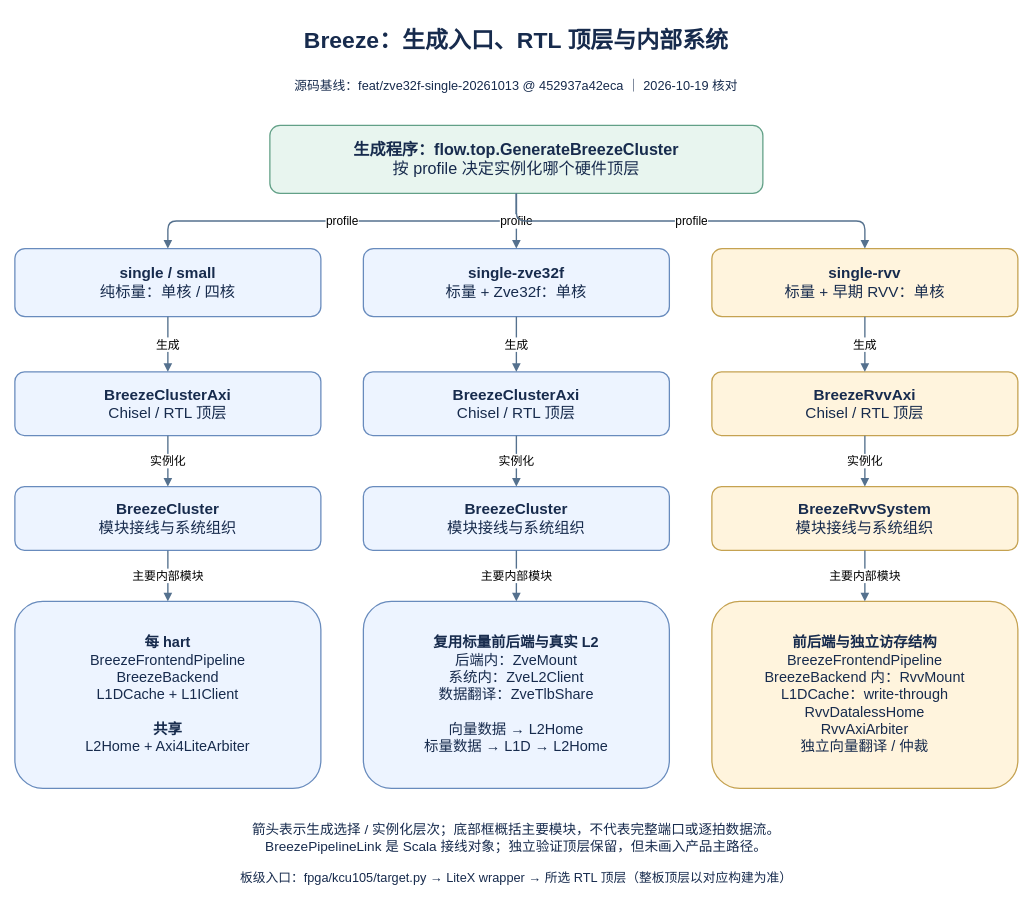
Above: docs/figures/breeze-entrypoints/breeze-entrypoints.drawio in RanxiChen/flow (draw.io), before the change. Source tidied: cells renumbered, new cells numbered last; positions are measured from the earlier drawing's top-left corner, leaving out a move shared by most shapes. Both pictures are drawn from the tidied source at 85%, with x=0, y=0 at pixel (14, 14).
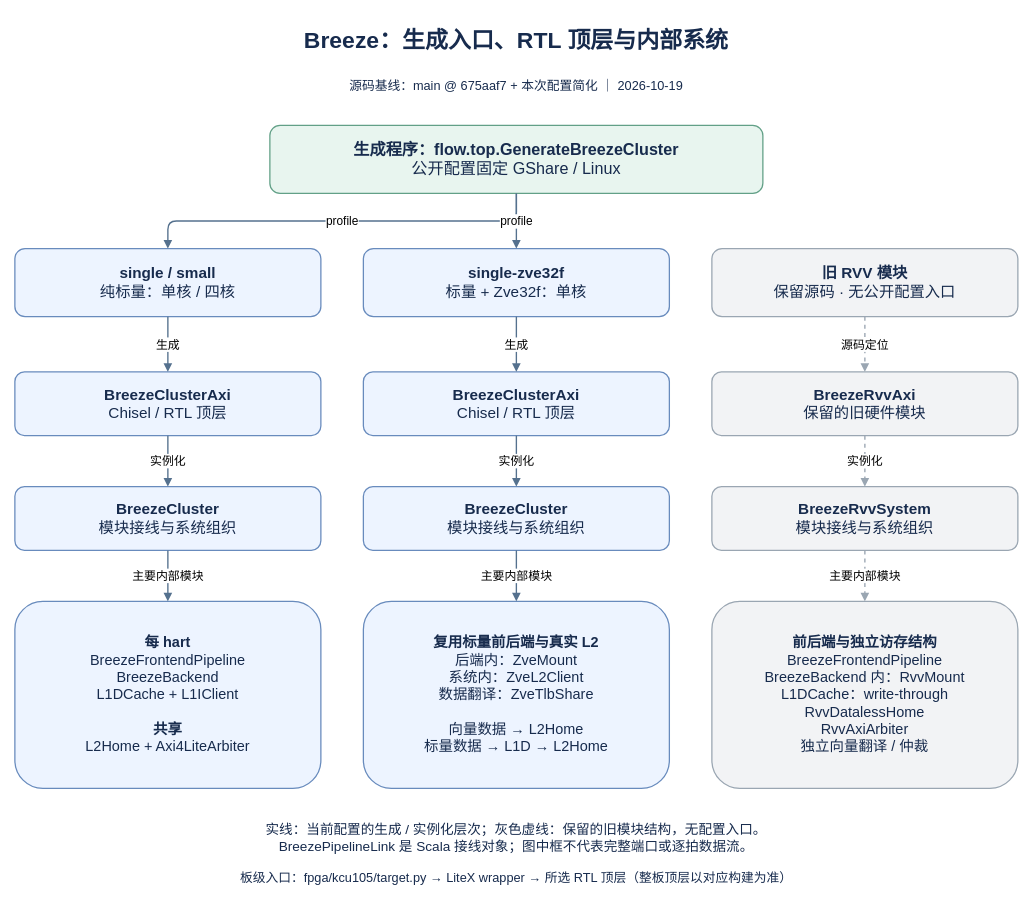
Above is the later version.

Diff of the diagram source:
```diff
@@
-    <mxCell id="3" value="源码基线：feat/zve32f-single-20261013 @ 452937a42eca ｜ 2026-10-19 核对" style="rounded=1;whiteSpace=wrap;html=1;fontFamily=Arial;fontSize=15;fontColor=#172b4d;fillColor=none;strokeColor=none;strokeWidth=1.5;spacing=12;" parent="1" vertex="1">
+    <mxCell id="3" value="源码基线：main @ 675aaf7 + 本次配置简化 ｜ 2026-10-19" style="rounded=1;whiteSpace=wrap;html=1;fontFamily=Arial;fontSize=15;fontColor=#172b4d;fillColor=none;strokeColor=none;strokeWidth=1.5;spacing=12;" parent="1" vertex="1">
       <mxGeometry x="50" y="65" width="1080" height="35" as="geometry" />
     </mxCell>
-    <mxCell id="4" value="&lt;b&gt;生成程序：flow.top.GenerateBreezeCluster&lt;/b&gt;&lt;br&gt;按 profile 决定实例化哪个硬件顶层" style="rounded=1;whiteSpace=wrap;html=1;fontFamily=Arial;fontSize=19;fontColor=#172b4d;fillColor=#e8f5ef;strokeColor=#62a087;strokeWidth=1.5;spacing=12;" parent="1" vertex="1">
+    <mxCell id="4" value="&lt;b&gt;生成程序：flow.top.GenerateBreezeCluster&lt;/b&gt;&lt;br&gt;公开配置固定 GShare / Linux" style="rounded=1;whiteSpace=wrap;html=1;fontFamily=Arial;fontSize=19;fontColor=#172b4d;fillColor=#e8f5ef;strokeColor=#62a087;strokeWidth=1.5;spacing=12;" parent="1" vertex="1">
       <mxGeometry x="300" y="130" width="580" height="80" as="geometry" />
     </mxCell>
@@
-    <mxCell id="21" value="&lt;b&gt;single-rvv&lt;/b&gt;&lt;br&gt;标量 + 早期 RVV：单核" style="rounded=1;whiteSpace=wrap;html=1;fontFamily=Arial;fontSize=18;fontColor=#172b4d;fillColor=#fff4dd;strokeColor=#c5a251;strokeWidth=1.5;spacing=12;" parent="1" vertex="1">
+    <mxCell id="21" value="&lt;b&gt;旧 RVV 模块&lt;/b&gt;&lt;br&gt;保留源码 · 无公开配置入口" style="rounded=1;whiteSpace=wrap;html=1;fontFamily=Arial;fontSize=18;fontColor=#172b4d;fillColor=#f2f3f5;strokeColor=#9aa6b2;strokeWidth=1.5;spacing=12;" parent="1" vertex="1">
       <mxGeometry x="820" y="275" width="360" height="80" as="geometry" />
     </mxCell>
-    <mxCell id="22" value="&lt;b&gt;BreezeRvvAxi&lt;/b&gt;&lt;br&gt;Chisel / RTL 顶层" style="rounded=1;whiteSpace=wrap;html=1;fontFamily=Arial;fontSize=18;fontColor=#172b4d;fillColor=#fff4dd;strokeColor=#c5a251;strokeWidth=1.5;spacing=12;" parent="1" vertex="1">
+    <mxCell id="22" value="&lt;b&gt;BreezeRvvAxi&lt;/b&gt;&lt;br&gt;保留的旧硬件模块" style="rounded=1;whiteSpace=wrap;html=1;fontFamily=Arial;fontSize=18;fontColor=#172b4d;fillColor=#f2f3f5;strokeColor=#9aa6b2;strokeWidth=1.5;spacing=12;" parent="1" vertex="1">
       <mxGeometry x="820" y="420" width="360" height="75" as="geometry" />
     </mxCell>
-    <mxCell id="23" value="&lt;b&gt;BreezeRvvSystem&lt;/b&gt;&lt;br&gt;模块接线与系统组织" style="rounded=1;whiteSpace=wrap;html=1;fontFamily=Arial;fontSize=18;fontColor=#172b4d;fillColor=#fff4dd;strokeColor=#c5a251;strokeWidth=1.5;spacing=12;" parent="1" vertex="1">
+    <mxCell id="23" value="&lt;b&gt;BreezeRvvSystem&lt;/b&gt;&lt;br&gt;模块接线与系统组织" style="rounded=1;whiteSpace=wrap;html=1;fontFamily=Arial;fontSize=18;fontColor=#172b4d;fillColor=#f2f3f5;strokeColor=#9aa6b2;strokeWidth=1.5;spacing=12;" parent="1" vertex="1">
       <mxGeometry x="820" y="555" width="360" height="75" as="geometry" />
     </mxCell>
-    <mxCell id="24" value="&lt;b&gt;前后端与独立访存结构&lt;/b&gt;&lt;br&gt;BreezeFrontendPipeline&lt;br&gt;BreezeBackend 内：RvvMount&lt;br&gt;L1DCache：write-through&lt;br&gt;RvvDatalessHome&lt;br&gt;RvvAxiArbiter&lt;br&gt;独立向量翻译 / 仲裁" style="rounded=1;whiteSpace=wrap;html=1;fontFamily=Arial;fontSize=17;fontColor=#172b4d;fillColor=#fff4dd;strokeColor=#c5a251;strokeWidth=1.5;spacing=12;" parent="1" vertex="1">
+    <mxCell id="24" value="&lt;b&gt;前后端与独立访存结构&lt;/b&gt;&lt;br&gt;BreezeFrontendPipeline&lt;br&gt;BreezeBackend 内：RvvMount&lt;br&gt;L1DCache：write-through&lt;br&gt;RvvDatalessHome&lt;br&gt;RvvAxiArbiter&lt;br&gt;独立向量翻译 / 仲裁" style="rounded=1;whiteSpace=wrap;html=1;fontFamily=Arial;fontSize=17;fontColor=#172b4d;fillColor=#f2f3f5;strokeColor=#9aa6b2;strokeWidth=1.5;spacing=12;" parent="1" vertex="1">
       <mxGeometry x="820" y="690" width="360" height="220" as="geometry" />
     </mxCell>
-    <mxCell id="25" value="profile" style="edgeStyle=orthogonalEdgeStyle;rounded=1;html=1;endArrow=block;endFill=1;strokeColor=#55718e;strokeWidth=1.6;fontSize=14;fontFamily=Arial;labelBackgroundColor=#ffffff;" parent="1" edge="1" source="4" target="21">
-      <mxGeometry relative="1" as="geometry" />
-    </mxCell>
-    <mxCell id="26" value="生成" style="edgeStyle=orthogonalEdgeStyle;rounded=1;html=1;endArrow=block;endFill=1;strokeColor=#55718e;strokeWidth=1.6;fontSize=14;fontFamily=Arial;labelBackgroundColor=#ffffff;" parent="1" edge="1" source="21" target="22">
+    <mxCell id="26" value="源码定位" style="edgeStyle=orthogonalEdgeStyle;rounded=1;html=1;endArrow=block;endFill=1;strokeColor=#55718e;strokeWidth=1.6;fontSize=14;fontFamily=Arial;labelBackgroundColor=#ffffff;dashed=1;strokeColor=#9aa6b2;" parent="1" edge="1" source="21" target="22">
       <mxGeometry relative="1" as="geometry" />
     </mxCell>
-    <mxCell id="27" value="实例化" style="edgeStyle=orthogonalEdgeStyle;rounded=1;html=1;endArrow=block;endFill=1;strokeColor=#55718e;strokeWidth=1.6;fontSize=14;fontFamily=Arial;labelBackgroundColor=#ffffff;" parent="1" edge="1" source="22" target="23">
+    <mxCell id="27" value="实例化" style="edgeStyle=orthogonalEdgeStyle;rounded=1;html=1;endArrow=block;endFill=1;strokeColor=#55718e;strokeWidth=1.6;fontSize=14;fontFamily=Arial;labelBackgroundColor=#ffffff;dashed=1;strokeColor=#9aa6b2;" parent="1" edge="1" source="22" target="23">
       <mxGeometry relative="1" as="geometry" />
     </mxCell>
-    <mxCell id="28" value="主要内部模块" style="edgeStyle=orthogonalEdgeStyle;rounded=1;html=1;endArrow=block;endFill=1;strokeColor=#55718e;strokeWidth=1.6;fontSize=14;fontFamily=Arial;labelBackgroundColor=#ffffff;" parent="1" edge="1" source="23" target="24">
+    <mxCell id="28" value="主要内部模块" style="edgeStyle=orthogonalEdgeStyle;rounded=1;html=1;endArrow=block;endFill=1;strokeColor=#55718e;strokeWidth=1.6;fontSize=14;fontFamily=Arial;labelBackgroundColor=#ffffff;dashed=1;strokeColor=#9aa6b2;" parent="1" edge="1" source="23" target="24">
       <mxGeometry relative="1" as="geometry" />
     </mxCell>
-    <mxCell id="29" value="箭头表示生成选择 / 实例化层次；底部框概括主要模块，不代表完整端口或逐拍数据流。&lt;br&gt;BreezePipelineLink 是 Scala 接线对象；独立验证顶层保留，但未画入产品主路径。" style="rounded=1;whiteSpace=wrap;html=1;fontFamily=Arial;fontSize=16;fontColor=#172b4d;fillColor=none;strokeColor=none;strokeWidth=1.5;spacing=12;" parent="1" vertex="1">
+    <mxCell id="29" value="实线：当前配置的生成 / 实例化层次；灰色虚线：保留的旧模块结构，无配置入口。&lt;br&gt;BreezePipelineLink 是 Scala 接线对象；图中框不代表完整端口或逐拍数据流。" style="rounded=1;whiteSpace=wrap;html=1;fontFamily=Arial;fontSize=16;fontColor=#172b4d;fillColor=none;strokeColor=none;strokeWidth=1.5;spacing=12;" parent="1" vertex="1">
       <mxGeometry x="30" y="935" width="1120" height="65" as="geometry" />
     </mxCell>
```
